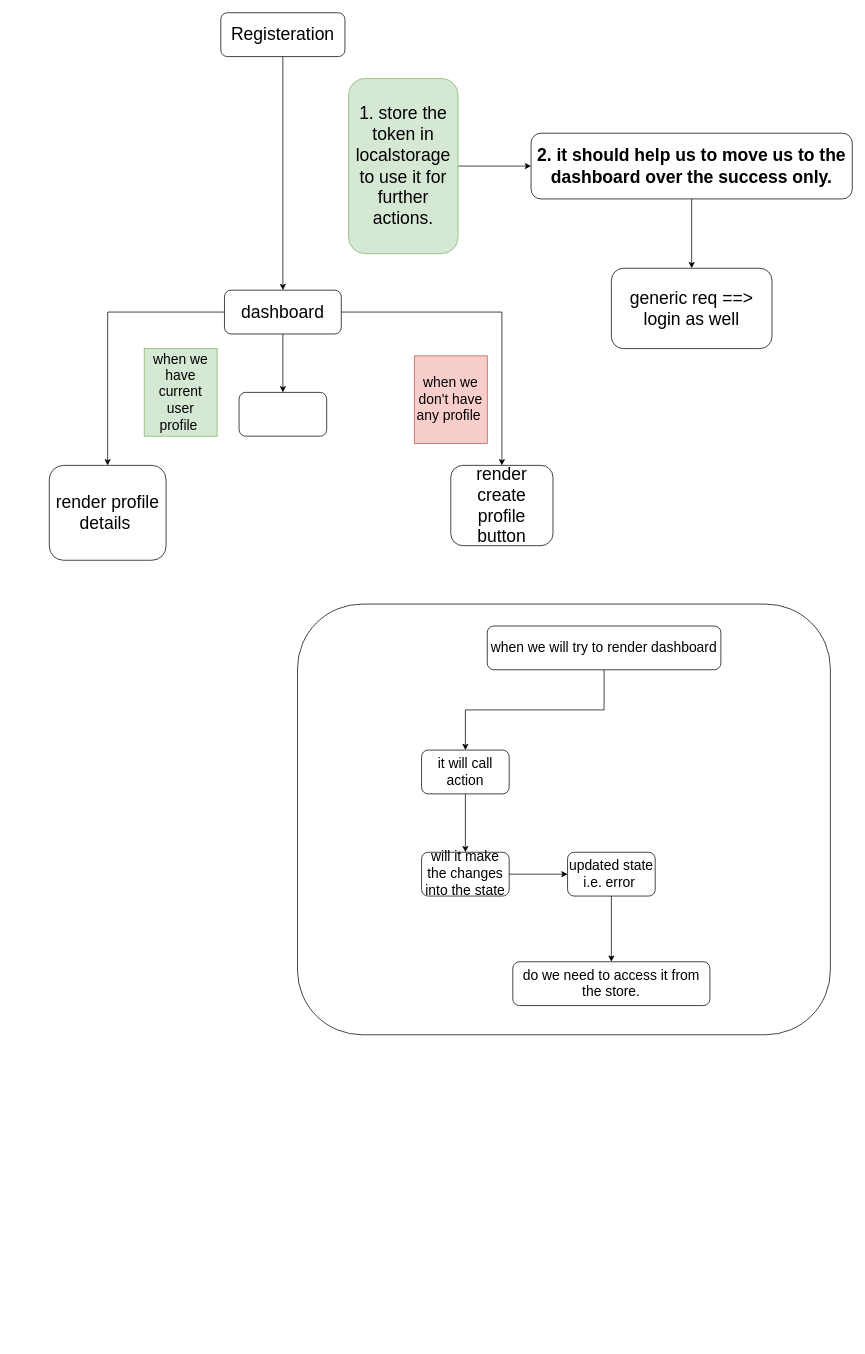
abhinandanchivate/ibm-react-feb keeps this draw.io diagram as page "dashboard" (12 of 16) of Untitled Diagram.drawio. Above is the earlier version. Source tidied: cells renumbered, new cells numbered last; positions are measured from the earlier drawing's top-left corner, leaving out a move shared by most shapes. Both pictures are drawn from the tidied source at 73%, with x=0, y=0 at pixel (49, 12).
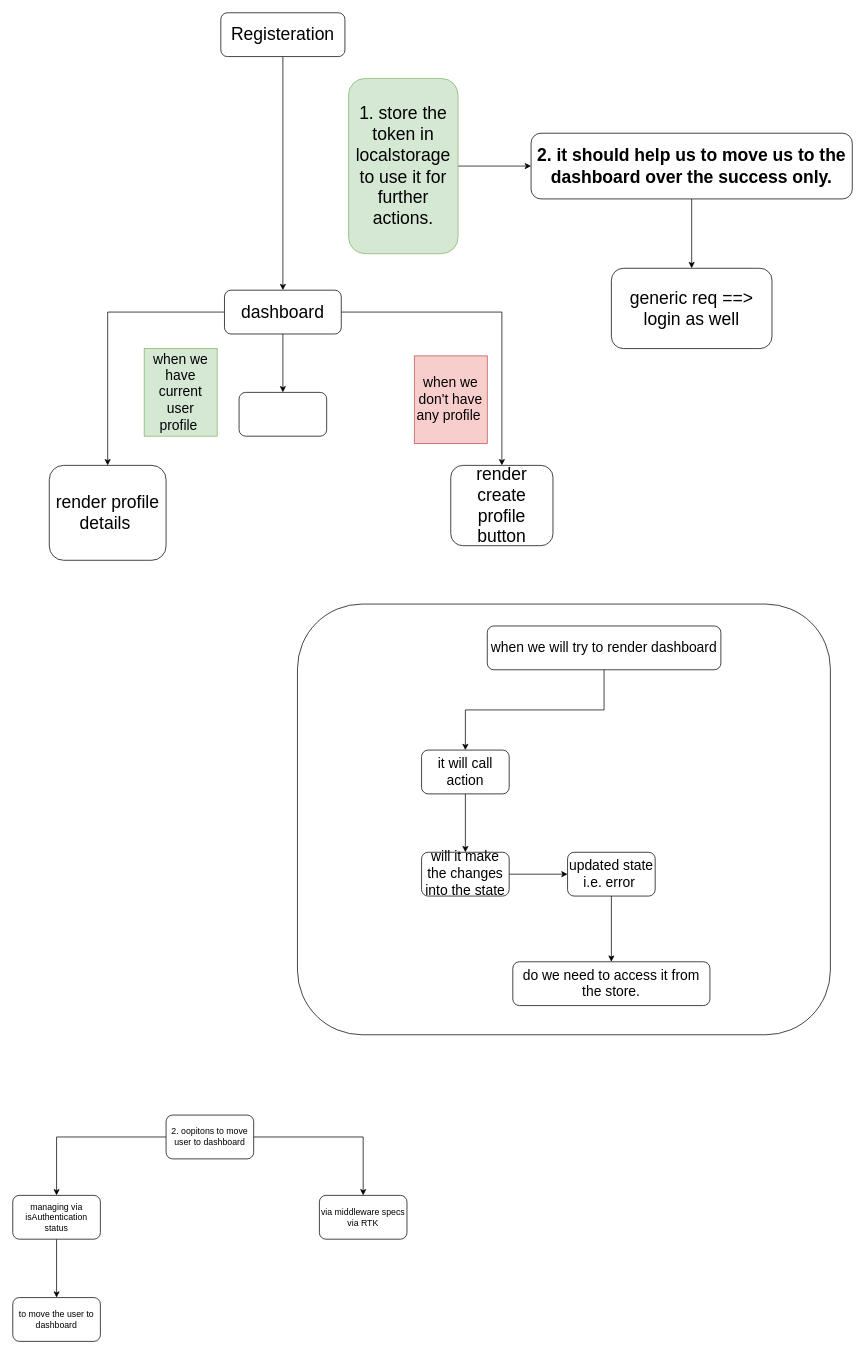
After the change.

What changed in the source:
```diff
@@
+    <mxCell id="28" style="edgeStyle=orthogonalEdgeStyle;rounded=0;jettySize=auto;html=1;" parent="1" edge="1" source="30" target="32">
+      <mxGeometry relative="1" as="geometry" />
+    </mxCell>
+    <mxCell id="29" style="edgeStyle=orthogonalEdgeStyle;rounded=0;jettySize=auto;html=1;" parent="1" edge="1" source="30" target="33">
+      <mxGeometry relative="1" as="geometry" />
+    </mxCell>
+    <mxCell id="30" value="2. oopitons to move user to dashboard" style="rounded=1;whiteSpace=wrap;html=1;" parent="1" vertex="1">
+      <mxGeometry x="160" y="1510" width="120" height="60" as="geometry" />
+    </mxCell>
+    <mxCell id="31" style="edgeStyle=orthogonalEdgeStyle;rounded=0;jettySize=auto;html=1;" parent="1" edge="1" source="32" target="34">
+      <mxGeometry relative="1" as="geometry" />
+    </mxCell>
+    <mxCell id="32" value="managing via isAuthentication status" style="whiteSpace=wrap;html=1;rounded=1;" parent="1" vertex="1">
+      <mxGeometry x="-50" y="1620" width="120" height="60" as="geometry" />
+    </mxCell>
+    <mxCell id="33" value="via middleware specs via RTK" style="whiteSpace=wrap;html=1;rounded=1;" parent="1" vertex="1">
+      <mxGeometry x="370" y="1620" width="120" height="60" as="geometry" />
+    </mxCell>
+    <mxCell id="34" value="to move the user to dashboard" style="whiteSpace=wrap;html=1;rounded=1;" parent="1" vertex="1">
+      <mxGeometry x="-50" y="1760" width="120" height="60" as="geometry" />
+    </mxCell>
```
